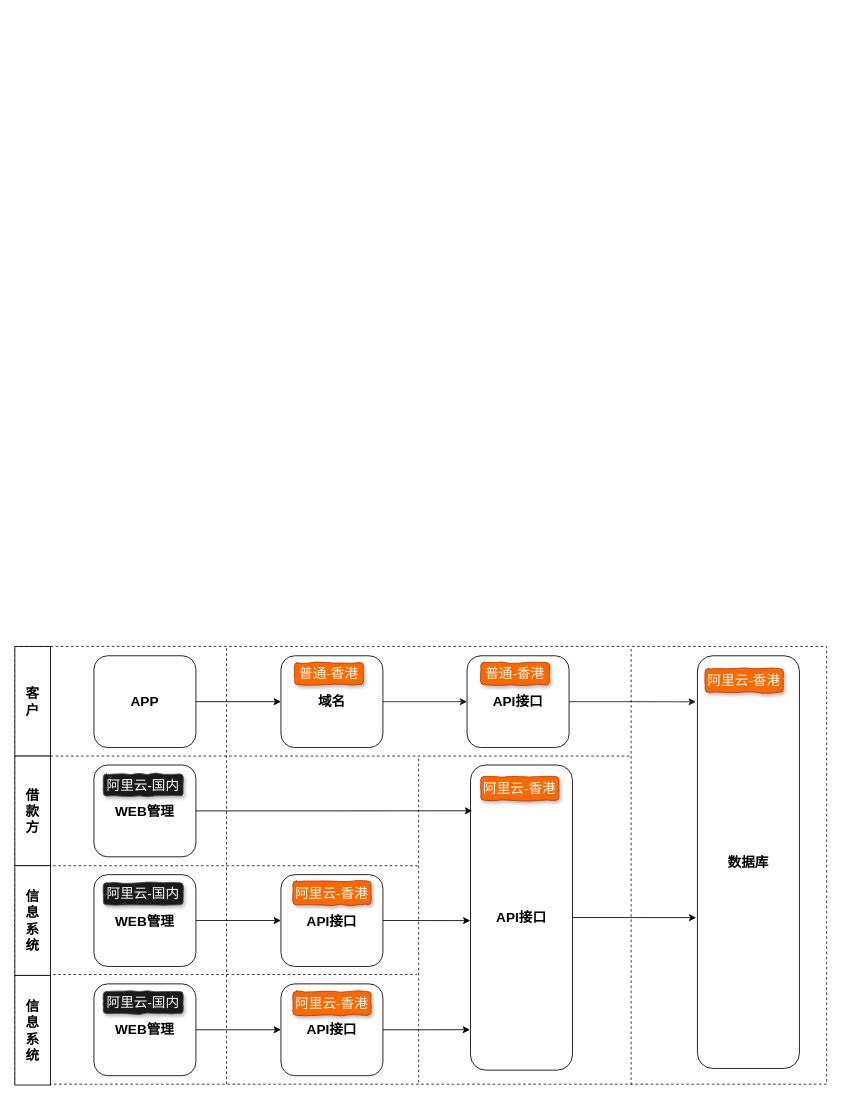
Before: pmp-wx.drawio in yiuked/diagram, a draw.io diagram. Source tidied: cells renumbered, new cells numbered last; positions are measured from the earlier drawing's top-left corner, leaving out a move shared by most shapes. Both pictures are drawn from the tidied source at 85%, with x=0, y=0 at pixel (14, 646). Pictures stored in the file or linked from it are replaced by grey dashed boxes.
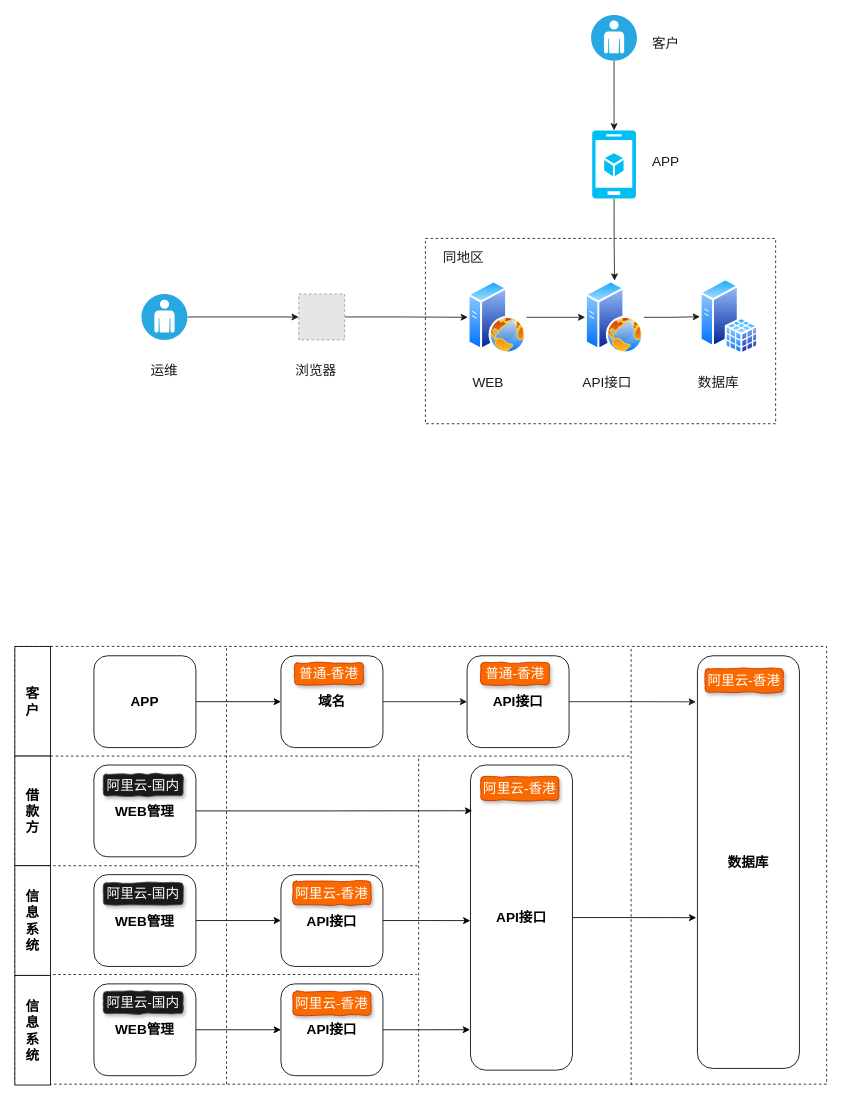
The same diagram, later.

What changed in the source:
```diff
@@
+    <mxCell id="41" style="edgeStyle=orthogonalEdgeStyle;rounded=0;jettySize=auto;html=1;exitX=1;exitY=0.5;exitDx=0;exitDy=0;strokeColor=#1A1A1A;fontSize=16;fontColor=#FFFFFF;" parent="1" edge="1" source="42" target="57">
+      <mxGeometry relative="1" as="geometry" />
+    </mxCell>
+    <mxCell id="42" style="perimeter=ellipsePerimeter;html=1;align=center;shadow=0;dashed=0;spacingTop=3;image;image=img/lib/active_directory/web_server.svg;rounded=1;glass=0;comic=0;labelBackgroundColor=none;strokeColor=#4D4D4D;fillColor=#1A1A1A;fontSize=16;fontColor=#FFFFFF;" parent="1" vertex="1">
+      <mxGeometry x="533" y="-430.3" width="69" height="86.2" as="geometry" />
+    </mxCell>
+    <mxCell id="43" value="&lt;font color=&quot;#1a1a1a&quot;&gt;浏览器&lt;/font&gt;" style="text;html=1;strokeColor=none;fillColor=none;align=center;verticalAlign=middle;whiteSpace=wrap;rounded=0;shadow=0;glass=0;comic=0;labelBackgroundColor=none;fontSize=16;fontColor=#FFFFFF;" parent="1" vertex="1">
+      <mxGeometry x="327" y="-335" width="55" height="20" as="geometry" />
+    </mxCell>
+    <mxCell id="44" value="&lt;font color=&quot;#1a1a1a&quot;&gt;WEB&lt;/font&gt;" style="text;html=1;strokeColor=none;fillColor=none;align=center;verticalAlign=middle;whiteSpace=wrap;rounded=0;shadow=0;glass=0;comic=0;labelBackgroundColor=none;fontSize=16;fontColor=#FFFFFF;" parent="1" vertex="1">
+      <mxGeometry x="526" y="-321" width="62" height="20" as="geometry" />
+    </mxCell>
+    <mxCell id="45" value="&lt;font color=&quot;#1a1a1a&quot;&gt;数据库&lt;/font&gt;" style="text;html=1;strokeColor=none;fillColor=none;align=center;verticalAlign=middle;whiteSpace=wrap;rounded=0;shadow=0;glass=0;comic=0;labelBackgroundColor=none;fontSize=16;fontColor=#FFFFFF;" parent="1" vertex="1">
+      <mxGeometry x="800" y="-321" width="56" height="20" as="geometry" />
+    </mxCell>
+    <mxCell id="46" style="endArrow=none;dashed=1;html=1;strokeColor=#1A1A1A;fontSize=16;fontColor=#FFFFFF;rounded=0;" parent="1" edge="1">
+      <mxGeometry relative="1" as="geometry">
+        <mxPoint x="483" y="-480" as="sourcePoint" />
+        <mxPoint x="483" y="-480" as="targetPoint" />
+        <Array as="points">
+          <mxPoint x="895" y="-480" />
+          <mxPoint x="895" y="-262" />
+          <mxPoint x="483" y="-262" />
+        </Array>
+      </mxGeometry>
+    </mxCell>
+    <mxCell id="47" value="&lt;font color=&quot;#1a1a1a&quot;&gt;同地区&lt;/font&gt;" style="text;html=1;strokeColor=none;fillColor=none;align=center;verticalAlign=middle;whiteSpace=wrap;rounded=0;shadow=0;glass=0;comic=0;labelBackgroundColor=none;fontSize=16;fontColor=#FFFFFF;" parent="1" vertex="1">
+      <mxGeometry x="499" y="-468" width="58" height="20" as="geometry" />
+    </mxCell>
+    <mxCell id="48" style="edgeStyle=orthogonalEdgeStyle;rounded=0;jettySize=auto;html=1;exitX=1;exitY=0.5;exitDx=0;exitDy=0;entryX=0;entryY=0.5;entryDx=0;entryDy=0;strokeColor=#1A1A1A;fontSize=16;fontColor=#FFFFFF;" parent="1" edge="1" source="49" target="42">
+      <mxGeometry relative="1" as="geometry" />
+    </mxCell>
+    <mxCell id="49" style="fillColor=#E6E6E6;strokeColor=#999999;dashed=1;html=1;verticalAlign=top;verticalLabelPosition=bottom;labelBackgroundColor=#ffffff;fontSize=16;fontColor=#FFFFFF;" parent="1" vertex="1">
+      <mxGeometry x="334" y="-414.6" width="54" height="54" as="geometry" />
+    </mxCell>
+    <mxCell id="50" style="edgeStyle=orthogonalEdgeStyle;rounded=0;jettySize=auto;html=1;exitX=1;exitY=0.5;exitDx=0;exitDy=0;exitPerimeter=0;strokeColor=#1A1A1A;fontSize=16;fontColor=#FFFFFF;" parent="1" edge="1" source="51" target="49">
+      <mxGeometry relative="1" as="geometry" />
+    </mxCell>
+    <mxCell id="51" style="verticalLabelPosition=bottom;html=1;fillColor=#28A8E0;verticalAlign=top;points=[[0.145,0.145,0],[0.8555,0.145,0],[0.855,0.855,0],[0.145,0.855,0],[0.5,0,0], [1,0.5,0], [0.5,1,0],[0,0.5,0]];align=center;shape=mxgraph.cisco_safe.capability.user;rounded=1;shadow=0;glass=0;comic=0;labelBackgroundColor=none;strokeColor=#4D4D4D;fontSize=16;fontColor=#FFFFFF;" parent="1" vertex="1">
+      <mxGeometry x="149" y="-414.6" width="54" height="54" as="geometry" />
+    </mxCell>
+    <mxCell id="52" value="&lt;font color=&quot;#1a1a1a&quot;&gt;运维&lt;/font&gt;" style="text;html=1;strokeColor=none;fillColor=none;align=center;verticalAlign=middle;whiteSpace=wrap;rounded=0;shadow=0;glass=0;comic=0;labelBackgroundColor=none;fontSize=16;fontColor=#FFFFFF;" parent="1" vertex="1">
+      <mxGeometry x="156" y="-335" width="40" height="20" as="geometry" />
+    </mxCell>
+    <mxCell id="53" style="edgeStyle=orthogonalEdgeStyle;rounded=0;jettySize=auto;html=1;exitX=0.5;exitY=1;exitDx=0;exitDy=0;exitPerimeter=0;entryX=0.5;entryY=0;entryDx=0;entryDy=0;entryPerimeter=0;strokeColor=#1A1A1A;fontSize=16;fontColor=#1A1A1A;" parent="1" edge="1" source="54" target="60">
+      <mxGeometry relative="1" as="geometry" />
+    </mxCell>
+    <mxCell id="54" style="verticalLabelPosition=bottom;html=1;fillColor=#28A8E0;verticalAlign=top;points=[[0.145,0.145,0],[0.8555,0.145,0],[0.855,0.855,0],[0.145,0.855,0],[0.5,0,0], [1,0.5,0], [0.5,1,0],[0,0.5,0]];align=center;shape=mxgraph.cisco_safe.capability.user;rounded=1;shadow=0;glass=0;comic=0;labelBackgroundColor=none;strokeColor=#4D4D4D;fontSize=16;fontColor=#FFFFFF;" parent="1" vertex="1">
+      <mxGeometry x="677.9" y="-743" width="54" height="54" as="geometry" />
+    </mxCell>
+    <mxCell id="55" style="perimeter=ellipsePerimeter;html=1;align=center;shadow=0;dashed=0;spacingTop=3;image;image=img/lib/active_directory/sql_server.svg;rounded=1;glass=0;comic=0;labelBackgroundColor=none;strokeColor=#4D4D4D;fillColor=#1A1A1A;fontSize=16;fontColor=#FFFFFF;" parent="1" vertex="1">
+      <mxGeometry x="806" y="-432.7" width="69" height="89.6" as="geometry" />
+    </mxCell>
+    <mxCell id="56" style="edgeStyle=orthogonalEdgeStyle;rounded=0;jettySize=auto;html=1;exitX=1;exitY=0.5;exitDx=0;exitDy=0;entryX=0;entryY=0.5;entryDx=0;entryDy=0;strokeColor=#1A1A1A;fontSize=16;fontColor=#FFFFFF;" parent="1" edge="1" source="57" target="55">
+      <mxGeometry relative="1" as="geometry" />
+    </mxCell>
+    <mxCell id="57" style="perimeter=ellipsePerimeter;html=1;align=center;shadow=0;dashed=0;spacingTop=3;image;image=img/lib/active_directory/web_server.svg;rounded=1;glass=0;comic=0;labelBackgroundColor=none;strokeColor=#4D4D4D;fillColor=#1A1A1A;fontSize=16;fontColor=#FFFFFF;" parent="1" vertex="1">
+      <mxGeometry x="671" y="-430.3" width="69" height="86.2" as="geometry" />
+    </mxCell>
+    <mxCell id="58" value="&lt;font color=&quot;#1a1a1a&quot;&gt;API接口&lt;/font&gt;" style="text;html=1;strokeColor=none;fillColor=none;align=center;verticalAlign=middle;whiteSpace=wrap;rounded=0;shadow=0;glass=0;comic=0;labelBackgroundColor=none;fontSize=16;fontColor=#FFFFFF;" parent="1" vertex="1">
+      <mxGeometry x="666" y="-321" width="62" height="20" as="geometry" />
+    </mxCell>
+    <mxCell id="59" style="edgeStyle=orthogonalEdgeStyle;rounded=0;jettySize=auto;html=1;exitX=0.5;exitY=1;exitDx=0;exitDy=0;exitPerimeter=0;entryX=0.5;entryY=0;entryDx=0;entryDy=0;strokeColor=#1A1A1A;fontSize=16;fontColor=#1A1A1A;" parent="1" edge="1" source="60" target="57">
+      <mxGeometry relative="1" as="geometry" />
+    </mxCell>
+    <mxCell id="60" style="verticalLabelPosition=bottom;html=1;verticalAlign=top;align=center;strokeColor=none;fillColor=#00BEF2;shape=mxgraph.azure.mobile_services;rounded=1;shadow=0;glass=0;comic=0;labelBackgroundColor=none;fontSize=16;fontColor=#FFFFFF;" parent="1" vertex="1">
+      <mxGeometry x="679.1" y="-607" width="51.7" height="80" as="geometry" />
+    </mxCell>
+    <mxCell id="61" value="&lt;font color=&quot;#1a1a1a&quot;&gt;客户&lt;/font&gt;" style="text;html=1;strokeColor=none;fillColor=none;align=center;verticalAlign=middle;whiteSpace=wrap;rounded=0;shadow=0;glass=0;comic=0;labelBackgroundColor=none;fontSize=16;fontColor=#FFFFFF;" parent="1" vertex="1">
+      <mxGeometry x="746" y="-720" width="40" height="20" as="geometry" />
+    </mxCell>
+    <mxCell id="62" value="&lt;font color=&quot;#1a1a1a&quot;&gt;APP&lt;/font&gt;" style="text;html=1;strokeColor=none;fillColor=none;align=center;verticalAlign=middle;whiteSpace=wrap;rounded=0;shadow=0;glass=0;comic=0;labelBackgroundColor=none;fontSize=16;fontColor=#FFFFFF;" parent="1" vertex="1">
+      <mxGeometry x="746" y="-581" width="40" height="20" as="geometry" />
+    </mxCell>
```
